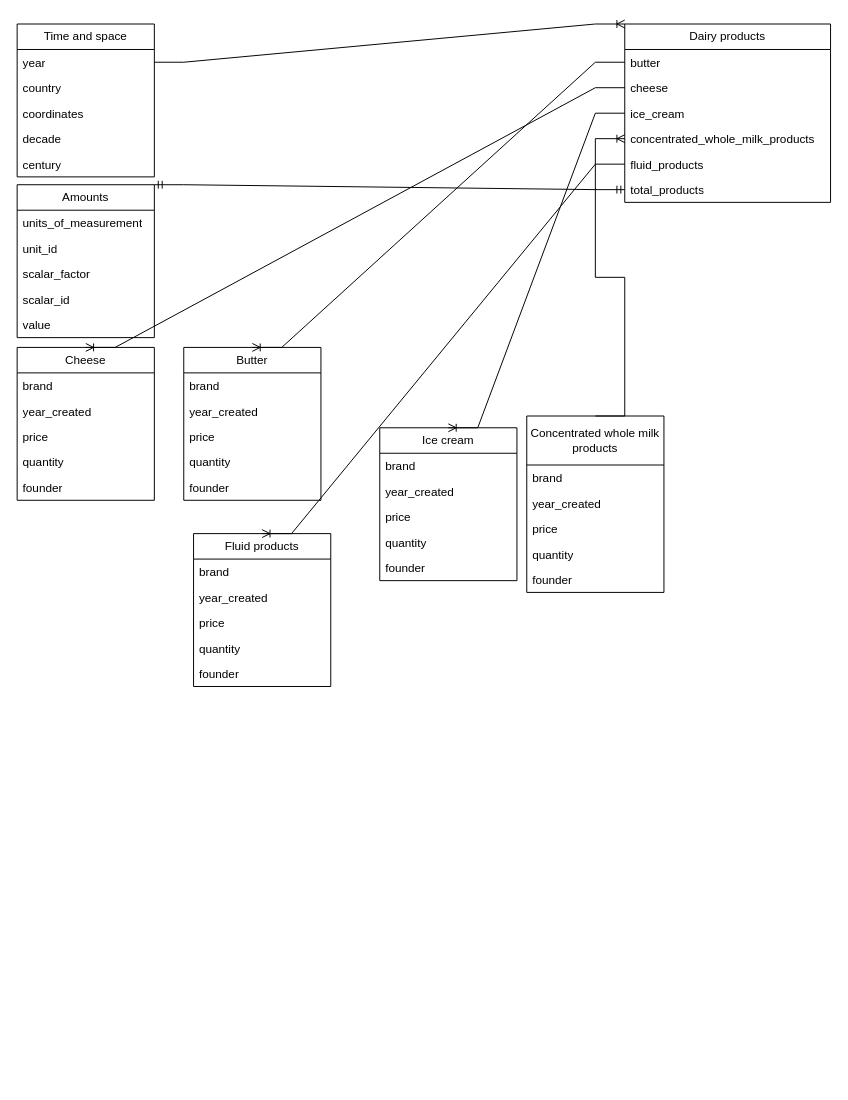
This is Cheese.drawio from TanzaJ/dairy-Api, a draw.io file, before an edit. Source tidied: cells renumbered, new cells numbered last; positions are measured from the earlier drawing's top-left corner, leaving out a move shared by most shapes. Both pictures are drawn from the tidied source at 98%, with x=0, y=0 at pixel (17, 24).
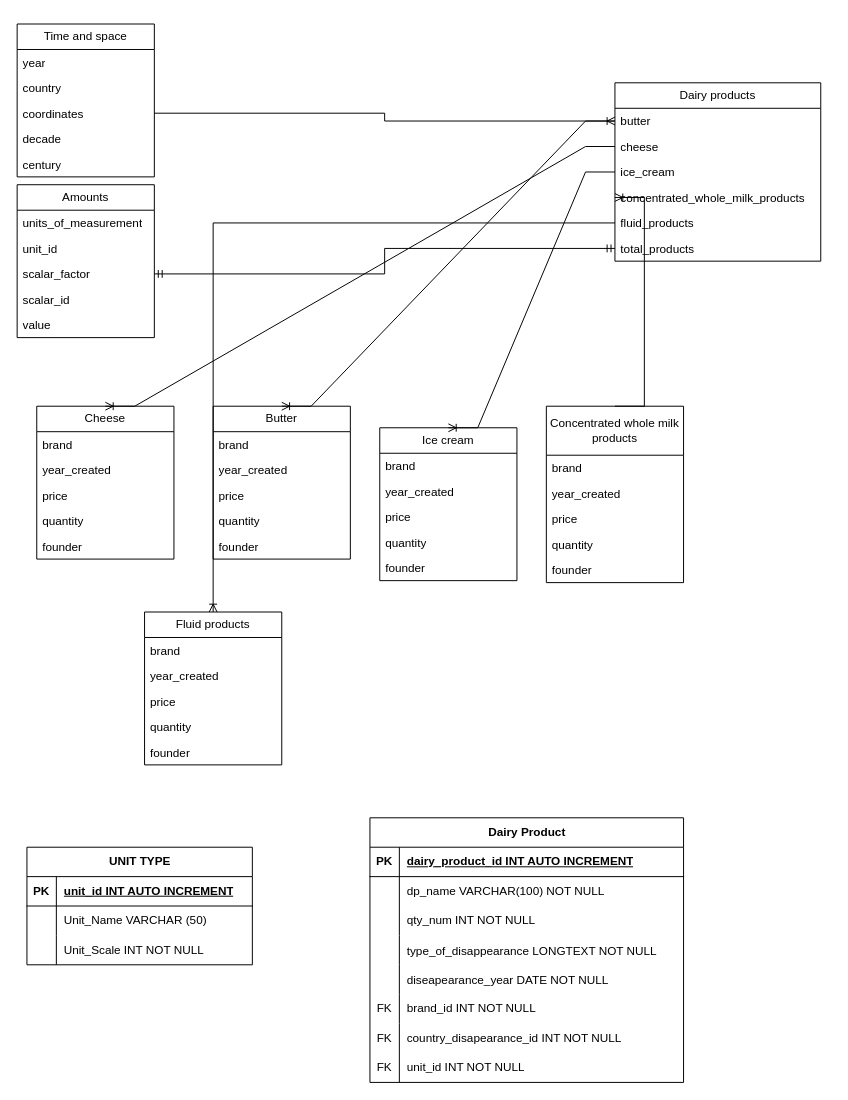
Above is the later version.

Commit message:
started erd overhaul

Unchanged cells that the change refers to:
```xml
<mxCell id="3" value="year" style="text;strokeColor=none;fillColor=none;align=left;verticalAlign=top;spacingLeft=4;spacingRight=4;overflow=hidden;points=[[0,0.5],[1,0.5]];portConstraint=eastwest;whiteSpace=wrap;html=1;" parent="2" vertex="1">
  <mxGeometry y="26" width="140" height="26" as="geometry" />
</mxCell>
<mxCell id="5" value="coordinates" style="text;strokeColor=none;fillColor=none;align=left;verticalAlign=top;spacingLeft=4;spacingRight=4;overflow=hidden;points=[[0,0.5],[1,0.5]];portConstraint=eastwest;whiteSpace=wrap;html=1;" parent="2" vertex="1">
  <mxGeometry y="78" width="140" height="26" as="geometry" />
</mxCell>
<mxCell id="8" value="Amounts" style="swimlane;fontStyle=0;horizontal=1;startSize=26;fillColor=none;whiteSpace=wrap;html=1;" parent="1" vertex="1">
  <mxGeometry y="164" width="140" height="156" as="geometry" />
</mxCell>
<mxCell id="11" value="scalar_factor" style="text;strokeColor=none;fillColor=none;align=left;verticalAlign=top;spacingLeft=4;spacingRight=4;overflow=hidden;points=[[0,0.5],[1,0.5]];portConstraint=eastwest;whiteSpace=wrap;html=1;" parent="8" vertex="1">
  <mxGeometry y="78" width="140" height="26" as="geometry" />
</mxCell>
<mxCell id="15" value="butter" style="text;strokeColor=none;fillColor=none;align=left;verticalAlign=top;spacingLeft=4;spacingRight=4;overflow=hidden;points=[[0,0.5],[1,0.5]];portConstraint=eastwest;whiteSpace=wrap;html=1;" parent="14" vertex="1">
  <mxGeometry y="26" width="210" height="26" as="geometry" />
</mxCell>
<mxCell id="19" value="fluid_products" style="text;strokeColor=none;fillColor=none;align=left;verticalAlign=top;spacingLeft=4;spacingRight=4;overflow=hidden;points=[[0,0.5],[1,0.5]];portConstraint=eastwest;whiteSpace=wrap;html=1;" parent="14" vertex="1">
  <mxGeometry y="130" width="210" height="26" as="geometry" />
</mxCell>
<mxCell id="20" value="total_products" style="text;strokeColor=none;fillColor=none;align=left;verticalAlign=top;spacingLeft=4;spacingRight=4;overflow=hidden;points=[[0,0.5],[1,0.5]];portConstraint=eastwest;whiteSpace=wrap;html=1;" parent="14" vertex="1">
  <mxGeometry y="156" width="210" height="26" as="geometry" />
</mxCell>
```

Change to the diagram source:
```diff
@@
     <mxCell id="14" value="Dairy products" style="swimlane;fontStyle=0;horizontal=1;startSize=26;fillColor=none;whiteSpace=wrap;html=1;" parent="1" vertex="1">
-      <mxGeometry x="620" width="210" height="182" as="geometry" />
+      <mxGeometry x="610" y="60" width="210" height="182" as="geometry" />
     </mxCell>
@@
     <mxCell id="21" value="Butter" style="swimlane;fontStyle=0;horizontal=1;startSize=26;fillColor=none;whiteSpace=wrap;html=1;" parent="1" vertex="1">
-      <mxGeometry x="170" y="330" width="140" height="156" as="geometry" />
+      <mxGeometry x="200" y="390" width="140" height="156" as="geometry" />
     </mxCell>
@@
     <mxCell id="27" value="Cheese" style="swimlane;fontStyle=0;horizontal=1;startSize=26;fillColor=none;whiteSpace=wrap;html=1;" parent="1" vertex="1">
-      <mxGeometry y="330" width="140" height="156" as="geometry" />
+      <mxGeometry x="20" y="390" width="140" height="156" as="geometry" />
     </mxCell>
@@
     <mxCell id="39" value="Concentrated whole milk products" style="swimlane;fontStyle=0;horizontal=1;startSize=50;fillColor=none;whiteSpace=wrap;html=1;" parent="1" vertex="1">
-      <mxGeometry x="520" y="400" width="140" height="180" as="geometry" />
+      <mxGeometry x="540" y="390" width="140" height="180" as="geometry" />
     </mxCell>
@@
     <mxCell id="45" value="Fluid products" style="swimlane;fontStyle=0;horizontal=1;startSize=26;fillColor=none;whiteSpace=wrap;html=1;" parent="1" vertex="1">
-      <mxGeometry x="180" y="520" width="140" height="156" as="geometry" />
+      <mxGeometry x="130" y="600" width="140" height="156" as="geometry" />
     </mxCell>
@@
-    <mxCell id="51" style="edgeStyle=entityRelationEdgeStyle;fontSize=12;html=1;endArrow=ERoneToMany;rounded=0;entryX=0;entryY=0;entryDx=0;entryDy=0;exitX=1;exitY=0.5;exitDx=0;exitDy=0;" parent="1" edge="1" source="3" target="14">
+    <mxCell id="51" style="edgeStyle=orthogonalEdgeStyle;fontSize=12;html=1;endArrow=ERoneToMany;rounded=0;entryX=0;entryY=0.5;entryDx=0;entryDy=0;exitX=1;exitY=0.5;exitDx=0;exitDy=0;" parent="1" edge="1" source="5" target="15">
       <mxGeometry relative="1" as="geometry" />
     </mxCell>
@@
-    <mxCell id="54" style="edgeStyle=entityRelationEdgeStyle;fontSize=12;html=1;endArrow=ERmandOne;startArrow=ERmandOne;rounded=0;entryX=0;entryY=0.5;entryDx=0;entryDy=0;exitX=1;exitY=0;exitDx=0;exitDy=0;" parent="1" edge="1" source="8" target="20">
+    <mxCell id="54" style="edgeStyle=orthogonalEdgeStyle;fontSize=12;html=1;endArrow=ERmandOne;startArrow=ERmandOne;rounded=0;entryX=0;entryY=0.5;entryDx=0;entryDy=0;exitX=1;exitY=0.5;exitDx=0;exitDy=0;" parent="1" edge="1" source="11" target="20">
       <mxGeometry relative="1" as="geometry" />
     </mxCell>
@@
-    <mxCell id="57" style="edgeStyle=entityRelationEdgeStyle;fontSize=12;html=1;endArrow=ERoneToMany;rounded=0;entryX=0.5;entryY=0;entryDx=0;entryDy=0;exitX=0;exitY=0.5;exitDx=0;exitDy=0;" parent="1" edge="1" source="19" target="45">
+    <mxCell id="57" style="edgeStyle=orthogonalEdgeStyle;fontSize=12;html=1;endArrow=ERoneToMany;rounded=0;exitX=0;exitY=0.5;exitDx=0;exitDy=0;entryX=0.5;entryY=0;entryDx=0;entryDy=0;" parent="1" edge="1" source="19" target="45">
       <mxGeometry relative="1" as="geometry" />
     </mxCell>
+    <mxCell id="58" value="Dairy Product" style="shape=table;startSize=30;childLayout=tableLayout;rowLines=0;fontStyle=1;align=center;html=1;" parent="1" vertex="1">
+      <mxGeometry x="360" y="810" width="320" height="270" as="geometry" />
+    </mxCell>
+    <mxCell id="59" style="shape=tableRow;horizontal=0;startSize=0;swimlaneHead=0;swimlaneBody=0;fillColor=none;top=0;left=0;right=0;bottom=1;" parent="58" vertex="1">
+      <mxGeometry y="30" width="320" height="30" as="geometry" />
+    </mxCell>
+    <mxCell id="60" value="PK" style="shape=partialRectangle;fillColor=none;top=0;left=0;bottom=0;right=0;fontStyle=1;overflow=hidden;whiteSpace=wrap;html=1;" parent="59" vertex="1">
+      <mxGeometry width="30" height="30" as="geometry" />
+    </mxCell>
+    <mxCell id="61" value="dairy_product_id INT AUTO INCREMENT" style="shape=partialRectangle;fillColor=none;top=0;left=0;bottom=0;right=0;align=left;spacingLeft=6;fontStyle=5;overflow=hidden;whiteSpace=wrap;html=1;" parent="59" vertex="1">
+      <mxGeometry x="30" width="290" height="30" as="geometry" />
+    </mxCell>
+    <mxCell id="62" style="shape=tableRow;horizontal=0;startSize=0;swimlaneHead=0;swimlaneBody=0;fillColor=none;top=0;left=0;right=0;bottom=0;" parent="58" vertex="1">
+      <mxGeometry y="60" width="320" height="30" as="geometry" />
+    </mxCell>
+    <mxCell id="63" style="shape=partialRectangle;fillColor=none;top=0;left=0;bottom=0;right=0;overflow=hidden;whiteSpace=wrap;html=1;" parent="62" vertex="1">
+      <mxGeometry width="30" height="30" as="geometry" />
+    </mxCell>
+    <mxCell id="64" value="dp_name VARCHAR(100) NOT NULL" style="shape=partialRectangle;fillColor=none;top=0;left=0;bottom=0;right=0;align=left;spacingLeft=6;overflow=hidden;whiteSpace=wrap;html=1;" parent="62" vertex="1">
+      <mxGeometry x="30" width="290" height="30" as="geometry" />
+    </mxCell>
+    <mxCell id="65" style="shape=tableRow;horizontal=0;startSize=0;swimlaneHead=0;swimlaneBody=0;fillColor=none;top=0;left=0;right=0;bottom=0;" parent="58" vertex="1">
+      <mxGeometry y="90" width="320" height="30" as="geometry" />
+    </mxCell>
+    <mxCell id="66" style="shape=partialRectangle;fillColor=none;top=0;left=0;bottom=0;right=0;overflow=hidden;whiteSpace=wrap;html=1;" parent="65" vertex="1">
+      <mxGeometry width="30" height="30" as="geometry" />
+    </mxCell>
+    <mxCell id="67" value="qty_num INT NOT NULL&amp;nbsp;" style="shape=partialRectangle;fillColor=none;top=0;left=0;bottom=0;right=0;align=left;spacingLeft=6;overflow=hidden;whiteSpace=wrap;html=1;" parent="65" vertex="1">
+      <mxGeometry x="30" width="290" height="30" as="geometry" />
+    </mxCell>
+    <mxCell id="68" style="shape=tableRow;horizontal=0;startSize=0;swimlaneHead=0;swimlaneBody=0;fillColor=none;top=0;left=0;right=0;bottom=0;" parent="58" vertex="1">
+      <mxGeometry y="120" width="320" height="30" as="geometry" />
+    </mxCell>
+    <mxCell id="69" style="shape=partialRectangle;fillColor=none;top=0;left=0;bottom=0;right=0;overflow=hidden;" parent="68" vertex="1">
+      <mxGeometry width="30" height="30" as="geometry" />
+    </mxCell>
+    <mxCell id="70" value="type_of_disappearance LONGTEXT NOT NULL" style="shape=partialRectangle;fillColor=none;top=0;left=0;bottom=0;right=0;align=left;spacingLeft=6;overflow=hidden;" parent="68" vertex="1">
+      <mxGeometry x="30" width="290" height="30" as="geometry" />
+    </mxCell>
+    <mxCell id="71" style="shape=tableRow;horizontal=0;startSize=0;swimlaneHead=0;swimlaneBody=0;fillColor=none;top=0;left=0;right=0;bottom=0;" parent="58" vertex="1">
+      <mxGeometry y="150" width="320" height="30" as="geometry" />
+    </mxCell>
+    <mxCell id="72" style="shape=partialRectangle;fillColor=none;top=0;left=0;bottom=0;right=0;overflow=hidden;" parent="71" vertex="1">
+      <mxGeometry width="30" height="30" as="geometry" />
+    </mxCell>
+    <mxCell id="73" value="diseapearance_year DATE NOT NULL" style="shape=partialRectangle;fillColor=none;top=0;left=0;bottom=0;right=0;align=left;spacingLeft=6;overflow=hidden;" parent="71" vertex="1">
+      <mxGeometry x="30" width="290" height="30" as="geometry" />
+    </mxCell>
+    <mxCell id="74" style="shape=tableRow;horizontal=0;startSize=0;swimlaneHead=0;swimlaneBody=0;fillColor=none;top=0;left=0;right=0;bottom=0;" parent="58" vertex="1">
+      <mxGeometry y="180" width="320" height="30" as="geometry" />
+    </mxCell>
+    <mxCell id="75" value="FK" style="shape=partialRectangle;fillColor=none;top=0;left=0;bottom=0;right=0;fontStyle=0;overflow=hidden;whiteSpace=wrap;html=1;" parent="74" vertex="1">
+      <mxGeometry width="30" height="30" as="geometry" />
+    </mxCell>
+    <mxCell id="76" value="brand_id INT NOT NULL" style="shape=partialRectangle;fillColor=none;top=0;left=0;bottom=0;right=0;align=left;spacingLeft=6;fontStyle=0;overflow=hidden;whiteSpace=wrap;html=1;" parent="74" vertex="1">
+      <mxGeometry x="30" width="290" height="30" as="geometry" />
+    </mxCell>
+    <mxCell id="77" style="shape=tableRow;horizontal=0;startSize=0;swimlaneHead=0;swimlaneBody=0;fillColor=none;top=0;left=0;right=0;bottom=0;" parent="58" vertex="1">
+      <mxGeometry y="210" width="320" height="30" as="geometry" />
+    </mxCell>
+    <mxCell id="78" value="FK" style="shape=partialRectangle;fillColor=none;top=0;left=0;bottom=0;right=0;fontStyle=0;overflow=hidden;whiteSpace=wrap;html=1;" parent="77" vertex="1">
+      <mxGeometry width="30" height="30" as="geometry" />
+    </mxCell>
+    <mxCell id="79" value="country_disapearance_id INT NOT NULL" style="shape=partialRectangle;fillColor=none;top=0;left=0;bottom=0;right=0;align=left;spacingLeft=6;fontStyle=0;overflow=hidden;whiteSpace=wrap;html=1;" parent="77" vertex="1">
+      <mxGeometry x="30" width="290" height="30" as="geometry" />
+    </mxCell>
+    <mxCell id="80" style="shape=tableRow;horizontal=0;startSize=0;swimlaneHead=0;swimlaneBody=0;fillColor=none;top=0;left=0;right=0;bottom=0;" parent="58" vertex="1">
+      <mxGeometry y="240" width="320" height="30" as="geometry" />
+    </mxCell>
+    <mxCell id="81" value="FK" style="shape=partialRectangle;fillColor=none;top=0;left=0;bottom=0;right=0;fontStyle=0;overflow=hidden;whiteSpace=wrap;html=1;" parent="80" vertex="1">
+      <mxGeometry width="30" height="30" as="geometry" />
+    </mxCell>
+    <mxCell id="82" value="unit_id INT NOT NULL" style="shape=partialRectangle;fillColor=none;top=0;left=0;bottom=0;right=0;align=left;spacingLeft=6;fontStyle=0;overflow=hidden;whiteSpace=wrap;html=1;" parent="80" vertex="1">
+      <mxGeometry x="30" width="290" height="30" as="geometry" />
+    </mxCell>
+    <mxCell id="83" value="UNIT TYPE" style="shape=table;startSize=30;childLayout=tableLayout;rowLines=0;fontStyle=1;align=center;html=1;" parent="1" vertex="1">
+      <mxGeometry x="10" y="840" width="230" height="120" as="geometry" />
+    </mxCell>
+    <mxCell id="84" style="shape=tableRow;horizontal=0;startSize=0;swimlaneHead=0;swimlaneBody=0;fillColor=none;top=0;left=0;right=0;bottom=1;" parent="83" vertex="1">
+      <mxGeometry y="30" width="230" height="30" as="geometry" />
+    </mxCell>
+    <mxCell id="85" value="PK" style="shape=partialRectangle;fillColor=none;top=0;left=0;bottom=0;right=0;fontStyle=1;overflow=hidden;whiteSpace=wrap;html=1;" parent="84" vertex="1">
+      <mxGeometry width="30" height="30" as="geometry" />
+    </mxCell>
+    <mxCell id="86" value="unit_id INT AUTO INCREMENT" style="shape=partialRectangle;fillColor=none;top=0;left=0;bottom=0;right=0;align=left;spacingLeft=6;fontStyle=5;overflow=hidden;whiteSpace=wrap;html=1;" parent="84" vertex="1">
+      <mxGeometry x="30" width="200" height="30" as="geometry" />
+    </mxCell>
+    <mxCell id="87" style="shape=tableRow;horizontal=0;startSize=0;swimlaneHead=0;swimlaneBody=0;fillColor=none;top=0;left=0;right=0;bottom=0;" parent="83" vertex="1">
+      <mxGeometry y="60" width="230" height="30" as="geometry" />
+    </mxCell>
+    <mxCell id="88" style="shape=partialRectangle;fillColor=none;top=0;left=0;bottom=0;right=0;overflow=hidden;whiteSpace=wrap;html=1;" parent="87" vertex="1">
+      <mxGeometry width="30" height="30" as="geometry" />
+    </mxCell>
+    <mxCell id="89" value="Unit_Name VARCHAR (50)" style="shape=partialRectangle;fillColor=none;top=0;left=0;bottom=0;right=0;align=left;spacingLeft=6;overflow=hidden;whiteSpace=wrap;html=1;" parent="87" vertex="1">
+      <mxGeometry x="30" width="200" height="30" as="geometry" />
+    </mxCell>
+    <mxCell id="90" style="shape=tableRow;horizontal=0;startSize=0;swimlaneHead=0;swimlaneBody=0;fillColor=none;top=0;left=0;right=0;bottom=0;" parent="83" vertex="1">
+      <mxGeometry y="90" width="230" height="30" as="geometry" />
+    </mxCell>
+    <mxCell id="91" style="shape=partialRectangle;fillColor=none;top=0;left=0;bottom=0;right=0;overflow=hidden;whiteSpace=wrap;html=1;" parent="90" vertex="1">
+      <mxGeometry width="30" height="30" as="geometry" />
+    </mxCell>
+    <mxCell id="92" value="Unit_Scale INT NOT NULL" style="shape=partialRectangle;fillColor=none;top=0;left=0;bottom=0;right=0;align=left;spacingLeft=6;overflow=hidden;whiteSpace=wrap;html=1;" parent="90" vertex="1">
+      <mxGeometry x="30" width="200" height="30" as="geometry" />
+    </mxCell>
```
